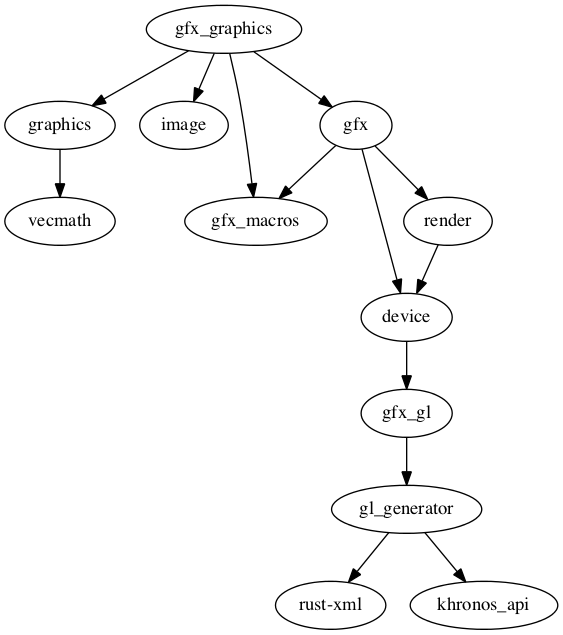
Above: Cargo.png in PistonDevelopers/gfx_graphics (Graphviz), before the change. Its source is kept beside it as Cargo.dot.
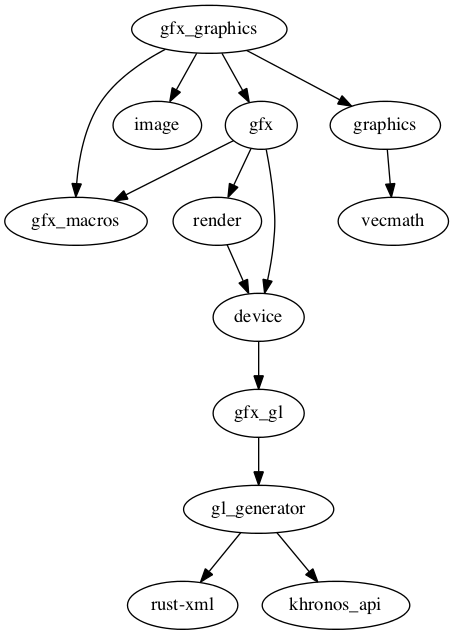
The same diagram one commit later.

Commit message:
Updated dependency graph

Diff of the diagram source:
```diff
@@ -1,27 +1,27 @@
 digraph example3 {
     N0[label="gfx_graphics"];
-    N1[label="gfx_macros"];
-    N2[label="vecmath"];
-    N3[label="image"];
-    N4[label="graphics"];
-    N5[label="device"];
-    N6[label="gfx_gl"];
-    N7[label="gfx"];
-    N8[label="render"];
-    N9[label="rust-xml"];
-    N10[label="gl_generator"];
-    N11[label="khronos_api"];
-    N4 -> N2[label=""];
+    N1[label="rust-xml"];
+    N2[label="gl_generator"];
+    N3[label="khronos_api"];
+    N4[label="gfx_macros"];
+    N5[label="render"];
+    N6[label="device"];
+    N7[label="image"];
+    N8[label="gfx"];
+    N9[label="graphics"];
+    N10[label="vecmath"];
+    N11[label="gfx_gl"];
+    N2 -> N3[label=""];
+    N2 -> N1[label=""];
     N5 -> N6[label=""];
-    N7 -> N1[label=""];
-    N7 -> N5[label=""];
-    N7 -> N8[label=""];
-    N6 -> N10[label=""];
-    N0 -> N1[label=""];
     N0 -> N7[label=""];
+    N0 -> N8[label=""];
+    N0 -> N9[label=""];
     N0 -> N4[label=""];
-    N0 -> N3[label=""];
-    N10 -> N11[label=""];
-    N10 -> N9[label=""];
     N8 -> N5[label=""];
+    N8 -> N4[label=""];
+    N8 -> N6[label=""];
+    N9 -> N10[label=""];
+    N11 -> N2[label=""];
+    N6 -> N11[label=""];
 }
```
